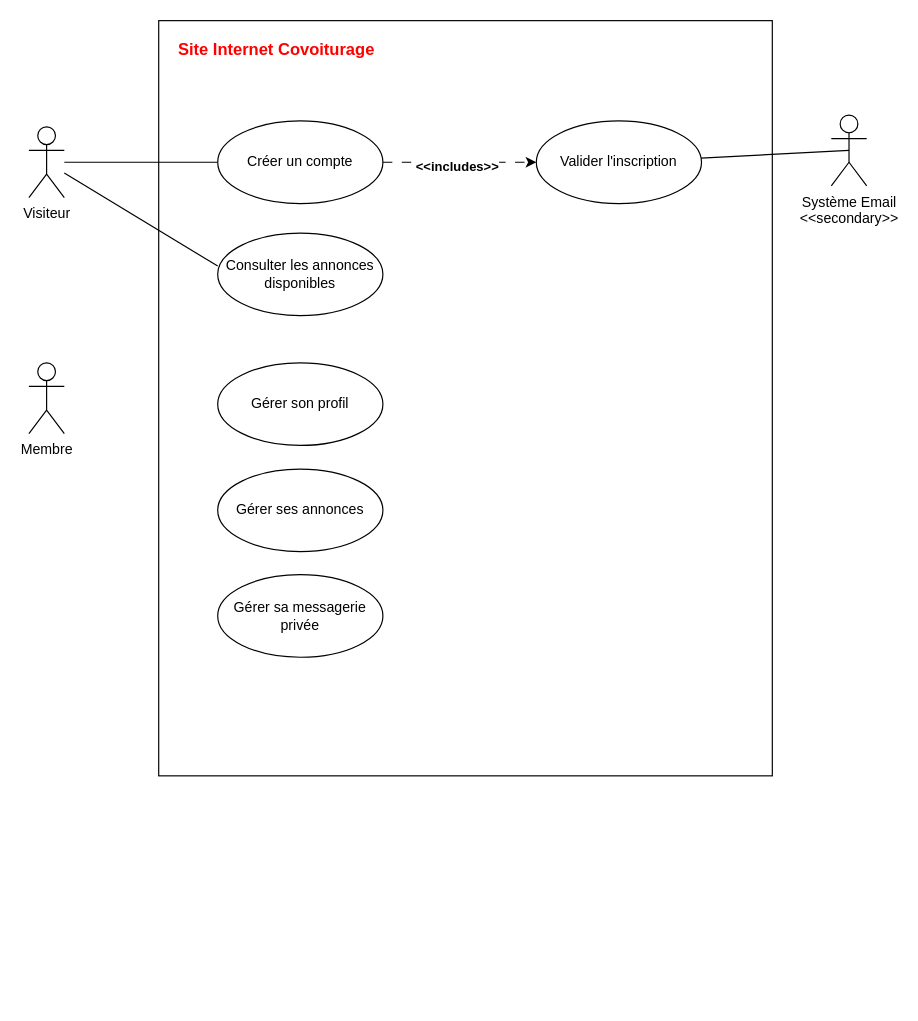
The draw.io diagram TP_1_UML_Exercice_6.drawio in Mzk-Ali/EXO_M2I_UML, before the edit. Source tidied: cells renumbered, new cells numbered last; positions are measured from the earlier drawing's top-left corner, leaving out a move shared by most shapes. Both pictures are drawn from the tidied source at 118%, with x=0, y=0 at pixel (28, 20).
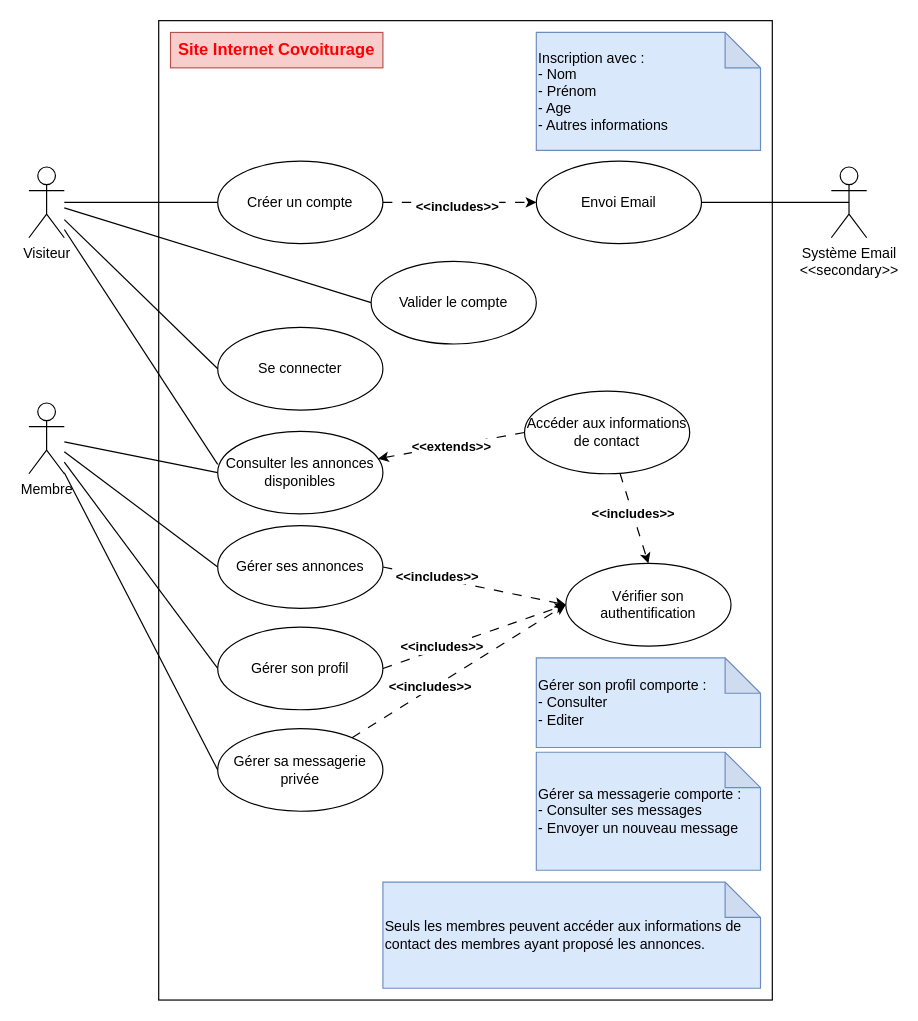
The same diagram, later.

Commit message (it also covers changes not shown here):
Mettre à jour TP_1_UML_Exercice_6.drawio

Diff of the diagram source:
```diff
@@
     <mxCell id="2" style="rounded=0;whiteSpace=wrap;html=1;" parent="1" vertex="1">
-      <mxGeometry x="110" width="520" height="640" as="geometry" />
+      <mxGeometry x="110" width="520" height="830" as="geometry" />
     </mxCell>
-    <mxCell id="3" value="&lt;b&gt;&lt;font style=&quot;font-size: 14px; color: light-dark(rgb(255, 0, 0), rgb(237, 237, 237));&quot;&gt;Site Internet Covoiturage&lt;/font&gt;&lt;/b&gt;" style="text;html=1;align=center;verticalAlign=middle;whiteSpace=wrap;rounded=0;" parent="1" vertex="1">
+    <mxCell id="3" value="&lt;b&gt;&lt;font style=&quot;font-size: 14px; color: light-dark(rgb(255, 0, 0), rgb(237, 237, 237));&quot;&gt;Site Internet Covoiturage&lt;/font&gt;&lt;/b&gt;" style="text;html=1;align=center;verticalAlign=middle;whiteSpace=wrap;rounded=0;fillColor=#f8cecc;strokeColor=#b85450;" parent="1" vertex="1">
       <mxGeometry x="120" y="10" width="180" height="30" as="geometry" />
     </mxCell>
@@
+    <mxCell id="18" style="rounded=0;jettySize=auto;html=1;entryX=0;entryY=0.5;entryDx=0;entryDy=0;endArrow=none;startFill=0;" parent="1" edge="1" source="5" target="33">
+      <mxGeometry relative="1" as="geometry" />
+    </mxCell>
+    <mxCell id="19" style="rounded=0;jettySize=auto;html=1;entryX=0;entryY=0.5;entryDx=0;entryDy=0;endArrow=none;startFill=0;" parent="1" edge="1" source="5" target="32">
+      <mxGeometry relative="1" as="geometry" />
+    </mxCell>
     <mxCell id="5" value="Visiteur" style="shape=umlActor;verticalLabelPosition=bottom;verticalAlign=top;html=1;outlineConnect=0;" parent="1" vertex="1">
-      <mxGeometry y="90" width="30" height="60" as="geometry" />
+      <mxGeometry y="124" width="30" height="60" as="geometry" />
     </mxCell>
@@
     <mxCell id="8" value="Créer un compte" style="ellipse;whiteSpace=wrap;html=1;" parent="1" vertex="1">
-      <mxGeometry x="160" y="85" width="140" height="70" as="geometry" />
+      <mxGeometry x="160" y="119" width="140" height="70" as="geometry" />
     </mxCell>
-    <mxCell id="9" value="Valider l'inscription" style="ellipse;whiteSpace=wrap;html=1;" parent="1" vertex="1">
-      <mxGeometry x="430" y="85" width="140" height="70" as="geometry" />
+    <mxCell id="9" value="Envoi Email" style="ellipse;whiteSpace=wrap;html=1;" parent="1" vertex="1">
+      <mxGeometry x="430" y="119" width="140" height="70" as="geometry" />
     </mxCell>
     <mxCell id="10" value="Système Email&lt;div&gt;&amp;lt;&amp;lt;secondary&amp;gt;&amp;gt;&lt;/div&gt;" style="shape=umlActor;verticalLabelPosition=bottom;verticalAlign=top;html=1;" parent="1" vertex="1">
-      <mxGeometry x="680" y="80" width="30" height="60" as="geometry" />
+      <mxGeometry x="680" y="124" width="30" height="60" as="geometry" />
     </mxCell>
+    <mxCell id="20" style="rounded=0;jettySize=auto;html=1;endArrow=none;startFill=0;entryX=0;entryY=0.5;entryDx=0;entryDy=0;" parent="1" edge="1" source="11" target="12">
+      <mxGeometry relative="1" as="geometry" />
+    </mxCell>
+    <mxCell id="21" style="rounded=0;jettySize=auto;html=1;entryX=0;entryY=0.5;entryDx=0;entryDy=0;endArrow=none;startFill=0;" parent="1" edge="1" source="11" target="13">
+      <mxGeometry relative="1" as="geometry" />
+    </mxCell>
+    <mxCell id="22" style="rounded=0;jettySize=auto;html=1;endArrow=none;startFill=0;entryX=0;entryY=0.5;entryDx=0;entryDy=0;" parent="1" edge="1" source="11" target="15">
+      <mxGeometry relative="1" as="geometry" />
+    </mxCell>
+    <mxCell id="23" style="rounded=0;jettySize=auto;html=1;entryX=0;entryY=0.5;entryDx=0;entryDy=0;endArrow=none;startFill=0;" parent="1" edge="1" source="11" target="14">
+      <mxGeometry relative="1" as="geometry" />
+    </mxCell>
     <mxCell id="11" value="Membre" style="shape=umlActor;verticalLabelPosition=bottom;verticalAlign=top;html=1;" parent="1" vertex="1">
-      <mxGeometry y="290" width="30" height="60" as="geometry" />
+      <mxGeometry y="324" width="30" height="60" as="geometry" />
     </mxCell>
+    <mxCell id="24" style="rounded=0;jettySize=auto;html=1;entryX=0;entryY=0.5;entryDx=0;entryDy=0;endArrow=classic;startFill=0;exitX=1;exitY=0.5;exitDx=0;exitDy=0;dashed=1;dashPattern=8 8;endFill=1;" parent="1" edge="1" source="12" target="34">
+      <mxGeometry relative="1" as="geometry" />
+    </mxCell>
+    <mxCell id="25" value="&lt;b&gt;&amp;lt;&amp;lt;includes&amp;gt;&amp;gt;&lt;/b&gt;" style="edgeLabel;html=1;align=center;verticalAlign=middle;" parent="24" vertex="1">
+      <mxGeometry x="-0.36" y="1" relative="1" as="geometry" />
+    </mxCell>
     <mxCell id="12" value="Gérer son profil" style="ellipse;whiteSpace=wrap;html=1;" parent="1" vertex="1">
-      <mxGeometry x="160" y="290" width="140" height="70" as="geometry" />
+      <mxGeometry x="160" y="514" width="140" height="70" as="geometry" />
     </mxCell>
+    <mxCell id="26" style="rounded=0;jettySize=auto;html=1;entryX=0;entryY=0.5;entryDx=0;entryDy=0;endArrow=classic;startFill=0;exitX=1;exitY=0.5;exitDx=0;exitDy=0;dashed=1;dashPattern=8 8;endFill=1;" parent="1" edge="1" source="13" target="34">
+      <mxGeometry relative="1" as="geometry" />
+    </mxCell>
+    <mxCell id="27" value="&lt;b&gt;&amp;lt;&amp;lt;includes&amp;gt;&amp;gt;&lt;/b&gt;" style="edgeLabel;html=1;align=center;verticalAlign=middle;" parent="26" vertex="1">
+      <mxGeometry x="-0.42" y="2" relative="1" as="geometry" />
+    </mxCell>
     <mxCell id="13" value="Gérer ses annonces" style="ellipse;whiteSpace=wrap;html=1;" parent="1" vertex="1">
-      <mxGeometry x="160" y="380" width="140" height="70" as="geometry" />
+      <mxGeometry x="160" y="428" width="140" height="70" as="geometry" />
     </mxCell>
+    <mxCell id="28" style="rounded=0;jettySize=auto;html=1;exitX=0;exitY=0.5;exitDx=0;exitDy=0;dashed=1;dashPattern=8 8;" parent="1" edge="1" source="41" target="14">
+      <mxGeometry relative="1" as="geometry" />
+    </mxCell>
+    <mxCell id="29" value="&lt;b&gt;&amp;lt;&amp;lt;extends&amp;gt;&amp;gt;&lt;/b&gt;" style="edgeLabel;html=1;align=center;verticalAlign=middle;" parent="28" vertex="1">
+      <mxGeometry relative="1" as="geometry" />
+    </mxCell>
     <mxCell id="14" value="Consulter les annonces disponibles" style="ellipse;whiteSpace=wrap;html=1;" parent="1" vertex="1">
-      <mxGeometry x="160" y="180" width="140" height="70" as="geometry" />
+      <mxGeometry x="160" y="348" width="140" height="70" as="geometry" />
     </mxCell>
+    <mxCell id="30" style="rounded=0;jettySize=auto;html=1;entryX=0;entryY=0.5;entryDx=0;entryDy=0;dashed=1;dashPattern=8 8;" parent="1" edge="1" source="15" target="34">
+      <mxGeometry relative="1" as="geometry" />
+    </mxCell>
+    <mxCell id="31" value="&lt;b&gt;&amp;lt;&amp;lt;includes&amp;gt;&amp;gt;&lt;/b&gt;" style="edgeLabel;html=1;align=center;verticalAlign=middle;" parent="30" vertex="1">
+      <mxGeometry x="-0.26" y="2" relative="1" as="geometry" />
+    </mxCell>
     <mxCell id="15" value="Gérer sa messagerie privée" style="ellipse;whiteSpace=wrap;html=1;" parent="1" vertex="1">
-      <mxGeometry x="160" y="469.5" width="140" height="70" as="geometry" />
+      <mxGeometry x="160" y="600" width="140" height="70" as="geometry" />
     </mxCell>
@@
+    <mxCell id="32" value="Se connecter" style="ellipse;whiteSpace=wrap;html=1;" parent="1" vertex="1">
+      <mxGeometry x="160" y="260" width="140" height="70" as="geometry" />
+    </mxCell>
+    <mxCell id="33" value="Valider le compte" style="ellipse;whiteSpace=wrap;html=1;" parent="1" vertex="1">
+      <mxGeometry x="290" y="204" width="140" height="70" as="geometry" />
+    </mxCell>
+    <mxCell id="34" value="Vérifier son authentification" style="ellipse;whiteSpace=wrap;html=1;" parent="1" vertex="1">
+      <mxGeometry x="455" y="460" width="140" height="70" as="geometry" />
+    </mxCell>
+    <mxCell id="35" value="Inscription avec :&lt;div&gt;- Nom&lt;/div&gt;&lt;div&gt;- Prénom&lt;/div&gt;&lt;div&gt;- Age&lt;/div&gt;&lt;div&gt;- Autres informations&lt;/div&gt;" style="shape=note;whiteSpace=wrap;html=1;backgroundOutline=1;darkOpacity=0.05;align=left;fillColor=#dae8fc;strokeColor=#6c8ebf;" parent="1" vertex="1">
+      <mxGeometry x="430" y="10" width="190" height="100" as="geometry" />
+    </mxCell>
+    <mxCell id="36" value="Gérer son profil comporte :&lt;div&gt;- Consulter&lt;/div&gt;&lt;div&gt;- Editer&lt;/div&gt;" style="shape=note;whiteSpace=wrap;html=1;backgroundOutline=1;darkOpacity=0.05;fillColor=#dae8fc;strokeColor=#6c8ebf;align=left;" parent="1" vertex="1">
+      <mxGeometry x="430" y="540" width="190" height="76" as="geometry" />
+    </mxCell>
+    <mxCell id="37" value="Gérer sa messagerie comporte :&lt;div&gt;- Consulter ses messages&lt;/div&gt;&lt;div&gt;- Envoyer un nouveau message&lt;/div&gt;" style="shape=note;whiteSpace=wrap;html=1;backgroundOutline=1;darkOpacity=0.05;fillColor=#dae8fc;strokeColor=#6c8ebf;align=left;" parent="1" vertex="1">
+      <mxGeometry x="430" y="620" width="190" height="100" as="geometry" />
+    </mxCell>
+    <mxCell id="38" value="Seuls les membres peuvent accéder aux informations de contact des membres ayant proposé les annonces." style="shape=note;whiteSpace=wrap;html=1;backgroundOutline=1;darkOpacity=0.05;align=left;fillColor=#dae8fc;strokeColor=#6c8ebf;" parent="1" vertex="1">
+      <mxGeometry x="300" y="730" width="320" height="90" as="geometry" />
+    </mxCell>
+    <mxCell id="39" style="rounded=0;jettySize=auto;html=1;entryX=0.5;entryY=0;entryDx=0;entryDy=0;dashed=1;dashPattern=8 8;" parent="1" edge="1" source="41" target="34">
+      <mxGeometry relative="1" as="geometry" />
+    </mxCell>
+    <mxCell id="40" value="&lt;b&gt;&amp;lt;&amp;lt;includes&amp;gt;&amp;gt;&lt;/b&gt;" style="edgeLabel;html=1;align=center;verticalAlign=middle;" parent="39" vertex="1">
+      <mxGeometry x="-0.09" relative="1" as="geometry" />
+    </mxCell>
+    <mxCell id="41" value="Accéder aux informations de contact" style="ellipse;whiteSpace=wrap;html=1;" parent="1" vertex="1">
+      <mxGeometry x="420" y="314" width="140" height="70" as="geometry" />
+    </mxCell>
```
